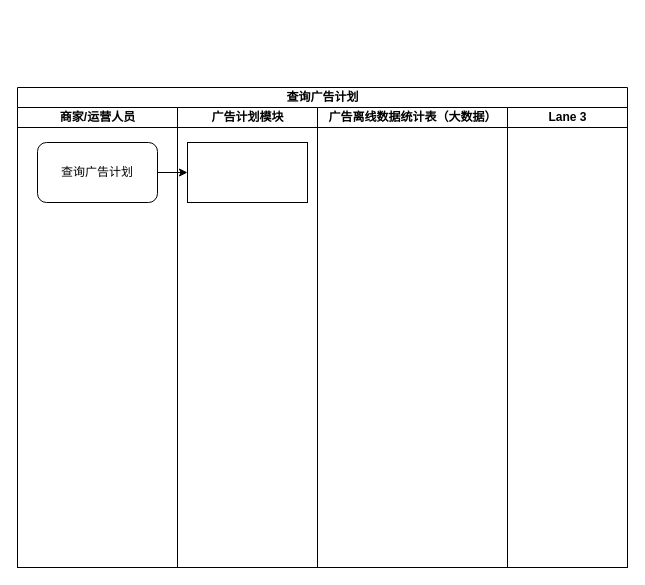
Above: page "查询广告计划" (1 of 8) of 商业化广告.drawio in pekah/Draw (draw.io), before the change. Source tidied: cells renumbered, new cells numbered last; positions are measured from the earlier drawing's top-left corner, leaving out a move shared by most shapes. Both pictures are drawn from the tidied source at 100%, with x=0, y=0 at pixel (17, 87).
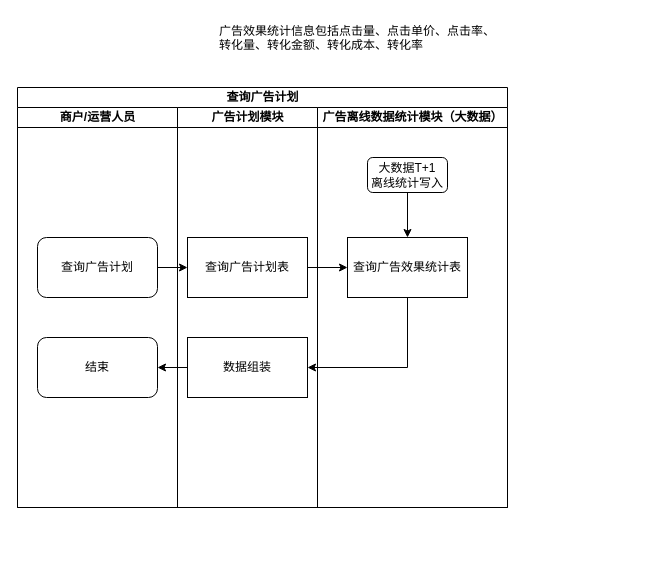
Above is the later version.

Commit message:
Update 商业化广告.drawio

Change to the diagram source:
```diff
@@
 <mxGraphModel>
   <root>
     <mxCell id="0" />
     <mxCell id="1" parent="0" />
     <mxCell id="2" value="查询广告计划" style="swimlane;html=1;startSize=20;" parent="1" vertex="1">
-      <mxGeometry width="610" height="480" as="geometry" />
+      <mxGeometry width="490" height="420" as="geometry" />
     </mxCell>
-    <mxCell id="3" value="商家/运营人员" style="swimlane;html=1;startSize=20;" parent="2" vertex="1">
-      <mxGeometry y="20" width="160" height="460" as="geometry" />
+    <mxCell id="3" value="商户/运营人员" style="swimlane;html=1;startSize=20;" parent="2" vertex="1">
+      <mxGeometry y="20" width="160" height="400" as="geometry" />
     </mxCell>
     <mxCell id="4" value="查询广告计划" style="rounded=1;whiteSpace=wrap;html=1;" parent="3" vertex="1">
-      <mxGeometry x="20" y="35" width="120" height="60" as="geometry" />
+      <mxGeometry x="20" y="130" width="120" height="60" as="geometry" />
     </mxCell>
+    <mxCell id="10" value="结束" style="rounded=1;whiteSpace=wrap;html=1;" parent="3" vertex="1">
+      <mxGeometry x="20" y="230" width="120" height="60" as="geometry" />
+    </mxCell>
     <mxCell id="5" value="广告计划模块" style="swimlane;html=1;startSize=20;" parent="2" vertex="1">
-      <mxGeometry x="160" y="20" width="140" height="460" as="geometry" />
+      <mxGeometry x="160" y="20" width="140" height="400" as="geometry" />
     </mxCell>
-    <mxCell id="6" style="rounded=0;whiteSpace=wrap;html=1;" parent="5" vertex="1">
-      <mxGeometry x="10" y="35" width="120" height="60" as="geometry" />
+    <mxCell id="6" value="查询广告计划表" style="rounded=0;whiteSpace=wrap;html=1;" parent="5" vertex="1">
+      <mxGeometry x="10" y="130" width="120" height="60" as="geometry" />
     </mxCell>
+    <mxCell id="11" value="数据组装" style="rounded=0;whiteSpace=wrap;html=1;" parent="5" vertex="1">
+      <mxGeometry x="10" y="230" width="120" height="60" as="geometry" />
+    </mxCell>
+    <mxCell id="9" style="edgeStyle=orthogonalEdgeStyle;rounded=0;jettySize=auto;html=1;exitX=1;exitY=0.5;exitDx=0;exitDy=0;entryX=0;entryY=0.5;entryDx=0;entryDy=0;" parent="2" edge="1" source="4" target="6">
+      <mxGeometry relative="1" as="geometry" />
+    </mxCell>
+    <mxCell id="12" style="edgeStyle=orthogonalEdgeStyle;rounded=0;jettySize=auto;html=1;" parent="2" edge="1" source="6" target="13">
+      <mxGeometry relative="1" as="geometry" />
+    </mxCell>
-    <mxCell id="7" value="广告离线数据统计表（大数据）" style="swimlane;html=1;startSize=20;" parent="2" vertex="1">
-      <mxGeometry x="300" y="20" width="190" height="460" as="geometry" />
+    <mxCell id="7" value="广告离线数据统计模块（大数据）" style="swimlane;html=1;startSize=20;" parent="2" vertex="1">
+      <mxGeometry x="300" y="20" width="190" height="400" as="geometry" />
     </mxCell>
-    <mxCell id="8" value="Lane 3" style="swimlane;html=1;startSize=20;" parent="2" vertex="1">
-      <mxGeometry x="490" y="20" width="120" height="460" as="geometry" />
-    </mxCell>
-    <mxCell id="9" style="edgeStyle=orthogonalEdgeStyle;rounded=0;jettySize=auto;html=1;exitX=1;exitY=0.5;exitDx=0;exitDy=0;entryX=0;entryY=0.5;entryDx=0;entryDy=0;" parent="2" edge="1" source="4" target="6">
-      <mxGeometry relative="1" as="geometry" />
-    </mxCell>
+    <mxCell id="13" value="查询广告效果统计表" style="whiteSpace=wrap;html=1;rounded=0;" parent="7" vertex="1">
+      <mxGeometry x="30" y="130" width="120" height="60" as="geometry" />
+    </mxCell>
+    <mxCell id="14" style="edgeStyle=orthogonalEdgeStyle;rounded=0;jettySize=auto;html=1;exitX=0.5;exitY=1;exitDx=0;exitDy=0;entryX=0.5;entryY=0;entryDx=0;entryDy=0;" parent="7" edge="1" source="15" target="13">
+      <mxGeometry relative="1" as="geometry" />
+    </mxCell>
+    <mxCell id="15" value="大数据T+1&lt;br&gt;离线统计写入" style="rounded=1;whiteSpace=wrap;html=1;" parent="7" vertex="1">
+      <mxGeometry x="50" y="50" width="80" height="35" as="geometry" />
+    </mxCell>
+    <mxCell id="16" style="edgeStyle=orthogonalEdgeStyle;rounded=0;jettySize=auto;html=1;entryX=1;entryY=0.5;entryDx=0;entryDy=0;exitX=0.5;exitY=1;exitDx=0;exitDy=0;" parent="2" edge="1" source="13" target="11">
+      <mxGeometry relative="1" as="geometry" />
+    </mxCell>
+    <mxCell id="17" style="edgeStyle=orthogonalEdgeStyle;rounded=0;jettySize=auto;html=1;exitX=0;exitY=0.5;exitDx=0;exitDy=0;entryX=1;entryY=0.5;entryDx=0;entryDy=0;" parent="2" edge="1" source="11" target="10">
+      <mxGeometry relative="1" as="geometry" />
+    </mxCell>
+    <mxCell id="18" value="&lt;span&gt;广告效果统计信息包括点击量、点击单价、点击率、&lt;br&gt;转化量、转化金额、转化成本、转化率&lt;/span&gt;" style="text;whiteSpace=wrap;html=1;" parent="1" vertex="1">
+      <mxGeometry x="200" y="-70" width="290" height="30" as="geometry" />
+    </mxCell>
   </root>
 </mxGraphModel>
```
